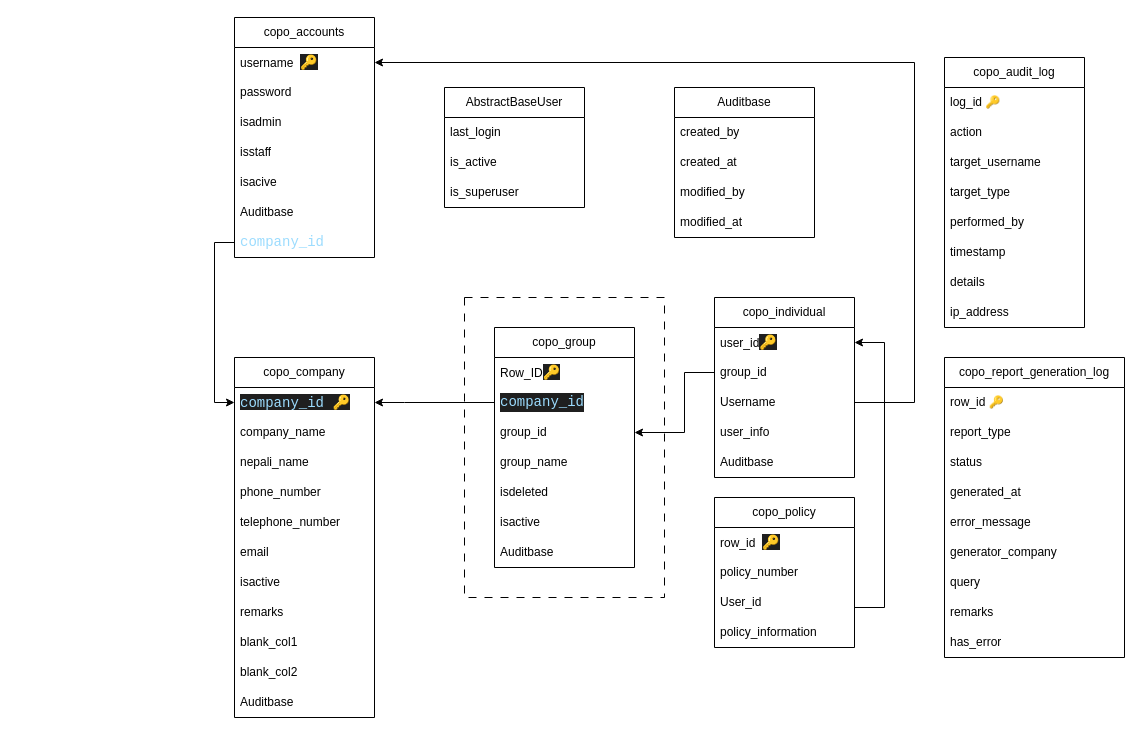
Before: Documentation/ER Diagram.drawio in rjbcl/corporate-rjbcl-portal, a draw.io diagram. Source tidied: cells renumbered, new cells numbered last; positions are measured from the earlier drawing's top-left corner, leaving out a move shared by most shapes. Both pictures are drawn from the tidied source at 100%, with x=0, y=0 at pixel (234, 17).
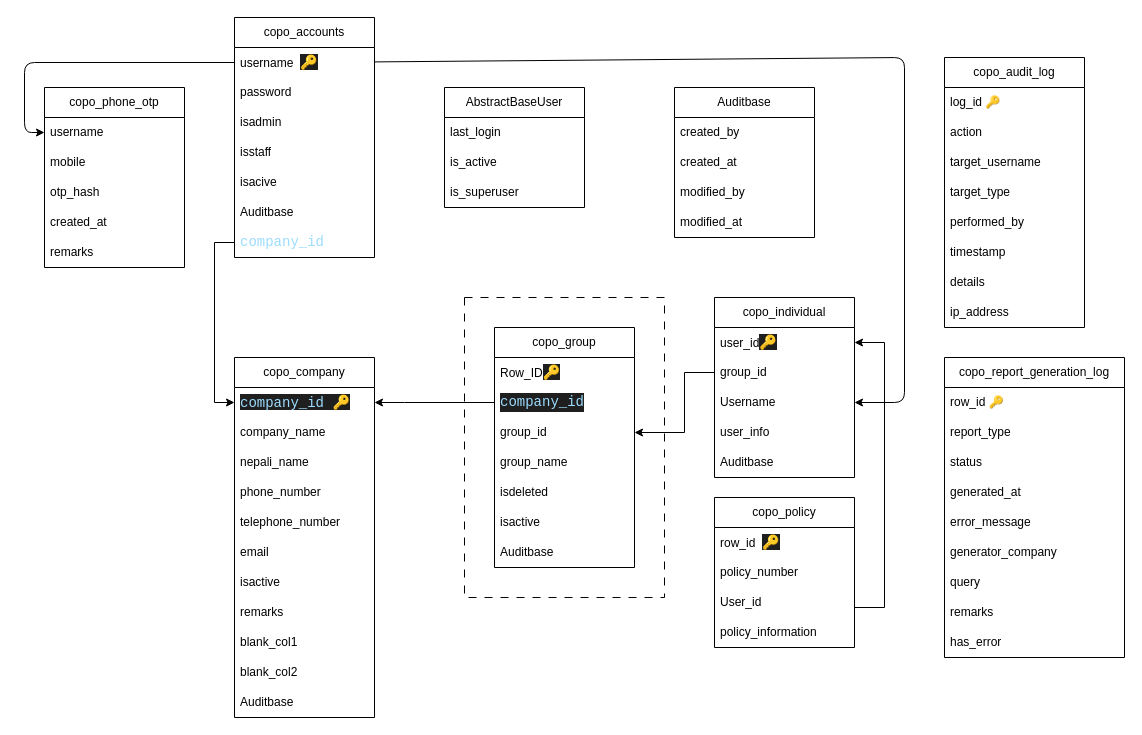
Above is the later version.

Commit message (it also covers changes not shown here):
updated Structure for OTP integration

The change refers to these unchanged cells:
```xml
<mxCell id="4" value="username&amp;nbsp;&amp;nbsp;&lt;span style=&quot;color: rgb(191, 191, 191); font-family: Arial, sans-serif; font-size: 14px; background-color: rgb(31, 31, 31);&quot;&gt;🔑&lt;/span&gt;" style="text;strokeColor=none;fillColor=none;align=left;verticalAlign=middle;spacingLeft=4;spacingRight=4;overflow=hidden;points=[[0,0.5],[1,0.5]];portConstraint=eastwest;whiteSpace=wrap;html=1;" parent="3" vertex="1">
  <mxGeometry y="30" width="140" height="30" as="geometry" />
</mxCell>
<mxCell id="34" value="Username" style="text;strokeColor=none;fillColor=none;align=left;verticalAlign=middle;spacingLeft=4;spacingRight=4;overflow=hidden;points=[[0,0.5],[1,0.5]];portConstraint=eastwest;whiteSpace=wrap;html=1;" parent="31" vertex="1">
  <mxGeometry y="90" width="140" height="30" as="geometry" />
</mxCell>
```

The edit, as a diff of the source:
```diff
@@
-    <mxCell id="50" style="edgeStyle=orthogonalEdgeStyle;rounded=0;jettySize=auto;html=1;" parent="1" edge="1" source="34" target="4">
-      <mxGeometry relative="1" as="geometry">
-        <Array as="points">
-          <mxPoint x="680" y="385" />
-          <mxPoint x="680" y="45" />
-        </Array>
-      </mxGeometry>
-    </mxCell>
@@
+    <mxCell id="75" value="copo_phone_otp" style="swimlane;fontStyle=0;horizontal=1;startSize=30;whiteSpace=wrap;html=1;" parent="1" vertex="1">
+      <mxGeometry x="-190" y="70" width="140" height="180" as="geometry" />
+    </mxCell>
+    <mxCell id="76" value="username" style="text;strokeColor=none;fillColor=none;align=left;verticalAlign=middle;spacingLeft=4;spacingRight=4;overflow=hidden;points=[[0,0.5],[1,0.5]];portConstraint=eastwest;whiteSpace=wrap;html=1;" parent="75" vertex="1">
+      <mxGeometry y="30" width="140" height="30" as="geometry" />
+    </mxCell>
+    <mxCell id="77" value="mobile" style="text;strokeColor=none;fillColor=none;align=left;verticalAlign=middle;spacingLeft=4;spacingRight=4;overflow=hidden;whiteSpace=wrap;html=1;" parent="75" vertex="1">
+      <mxGeometry y="60" width="140" height="30" as="geometry" />
+    </mxCell>
+    <mxCell id="78" value="otp_hash" style="text;strokeColor=none;fillColor=none;align=left;verticalAlign=middle;spacingLeft=4;spacingRight=4;overflow=hidden;whiteSpace=wrap;html=1;" parent="75" vertex="1">
+      <mxGeometry y="90" width="140" height="30" as="geometry" />
+    </mxCell>
+    <mxCell id="79" value="created_at" style="text;strokeColor=none;fillColor=none;align=left;verticalAlign=middle;spacingLeft=4;spacingRight=4;overflow=hidden;whiteSpace=wrap;html=1;" parent="75" vertex="1">
+      <mxGeometry y="120" width="140" height="30" as="geometry" />
+    </mxCell>
+    <mxCell id="80" value="remarks" style="text;strokeColor=none;fillColor=none;align=left;verticalAlign=middle;spacingLeft=4;spacingRight=4;overflow=hidden;whiteSpace=wrap;html=1;" parent="75" vertex="1">
+      <mxGeometry y="150" width="140" height="30" as="geometry" />
+    </mxCell>
+    <mxCell id="81" style="edgeStyle=none;html=1;exitX=0;exitY=0.5;exitDx=0;exitDy=0;entryX=0;entryY=0.5;entryDx=0;entryDy=0;" parent="1" edge="1" source="4" target="76">
+      <mxGeometry relative="1" as="geometry">
+        <Array as="points">
+          <mxPoint x="-210" y="45" />
+          <mxPoint x="-210" y="115" />
+        </Array>
+      </mxGeometry>
+    </mxCell>
+    <mxCell id="82" style="edgeStyle=none;html=1;entryX=1;entryY=0.5;entryDx=0;entryDy=0;" parent="1" edge="1" source="4" target="34">
+      <mxGeometry relative="1" as="geometry">
+        <Array as="points">
+          <mxPoint x="670" y="40" />
+          <mxPoint x="670" y="385" />
+        </Array>
+      </mxGeometry>
+    </mxCell>
```
